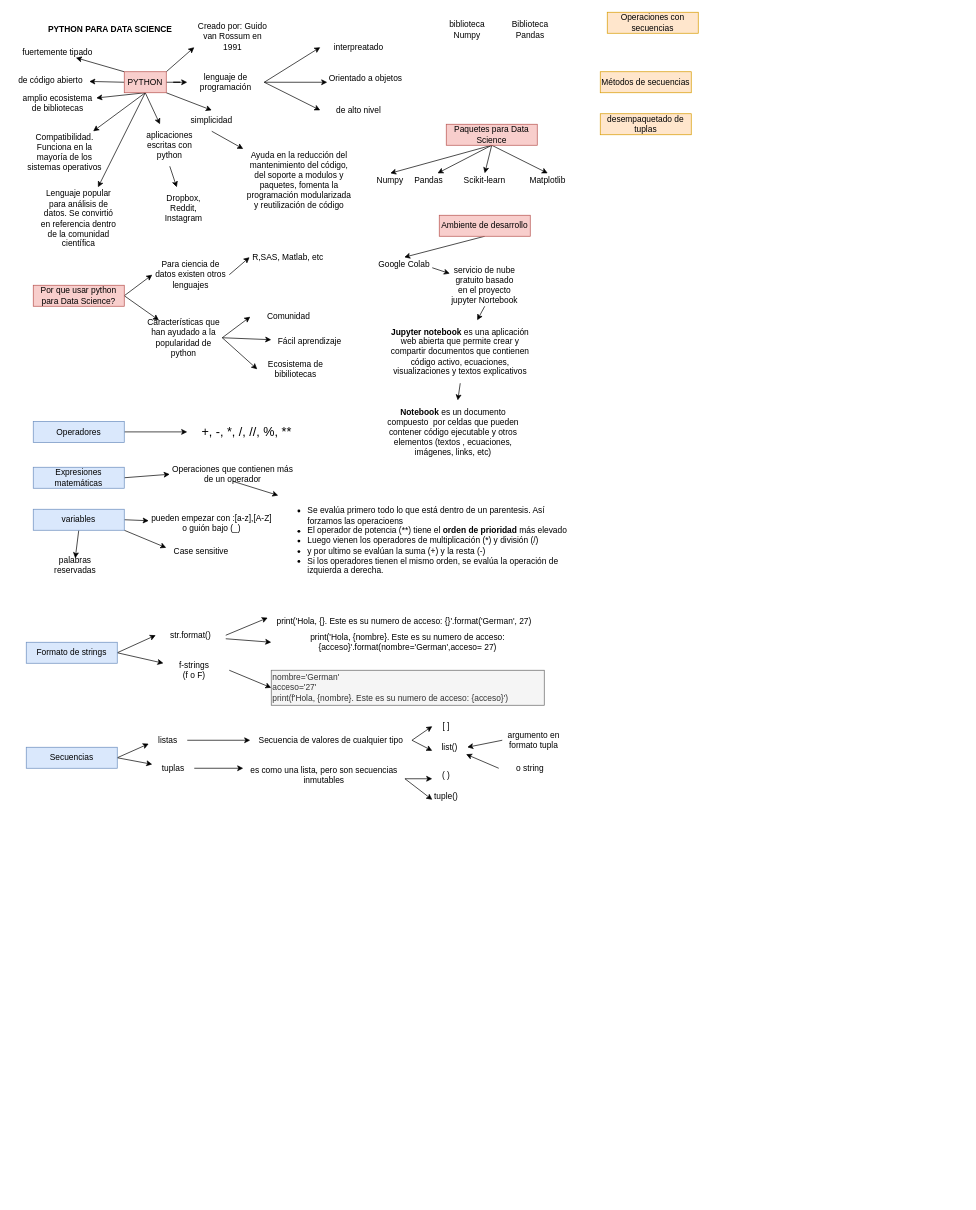
Before: python_para_dataScience.drawio in German-G-M/python_para_data_science, a draw.io diagram. Source tidied: cells renumbered, new cells numbered last; positions are measured from the earlier drawing's top-left corner, leaving out a move shared by most shapes. Both pictures are drawn from the tidied source at 70%, with x=0, y=0 at pixel (12, 12).
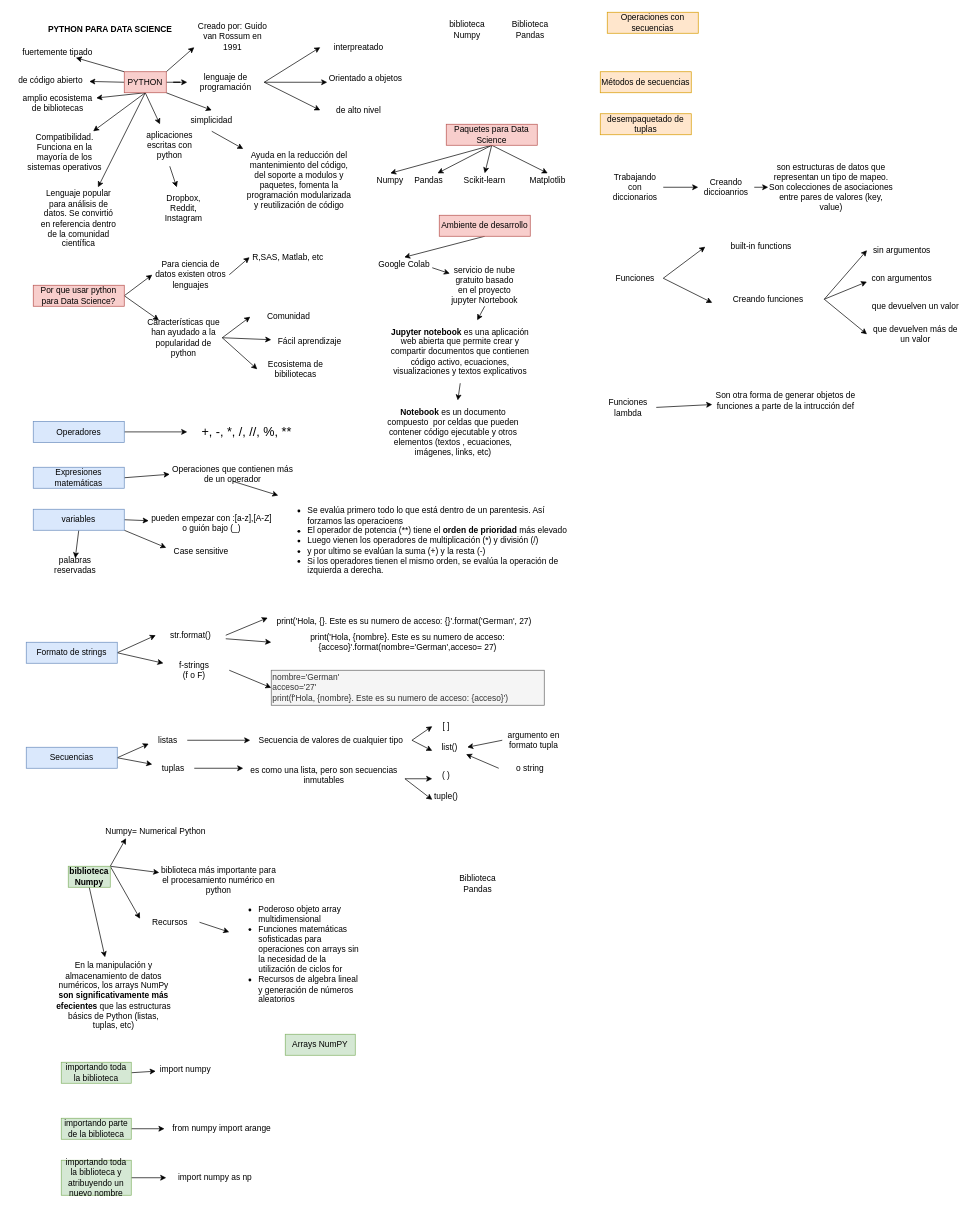
The same diagram, later.

Change to the diagram source:
```diff
@@
+    <mxCell id="115" style="edgeStyle=none;rounded=0;jettySize=auto;html=1;exitX=1;exitY=0.5;exitDx=0;exitDy=0;fontSize=12;" parent="1" edge="1" source="116" target="118">
+      <mxGeometry relative="1" as="geometry" />
+    </mxCell>
+    <mxCell id="116" value="Trabajando con diccionarios&lt;br&gt;" style="text;html=1;strokeColor=none;fillColor=none;align=center;verticalAlign=middle;whiteSpace=wrap;rounded=0;fontSize=12;" parent="1" vertex="1">
+      <mxGeometry x="850" y="230" width="80" height="40" as="geometry" />
+    </mxCell>
+    <mxCell id="117" style="edgeStyle=none;rounded=0;jettySize=auto;html=1;exitX=1;exitY=0.5;exitDx=0;exitDy=0;fontSize=12;" parent="1" edge="1" source="118" target="119">
+      <mxGeometry relative="1" as="geometry" />
+    </mxCell>
+    <mxCell id="118" value="Creando diccioanrios" style="text;html=1;strokeColor=none;fillColor=none;align=center;verticalAlign=middle;whiteSpace=wrap;rounded=0;fontSize=12;" parent="1" vertex="1">
+      <mxGeometry x="980" y="230" width="80" height="40" as="geometry" />
+    </mxCell>
+    <mxCell id="119" value="son estructuras de datos que representan un tipo de mapeo. Son colecciones de asociaciones entre pares de valores (key, value)" style="text;html=1;strokeColor=none;fillColor=none;align=center;verticalAlign=middle;whiteSpace=wrap;rounded=0;fontSize=12;" parent="1" vertex="1">
+      <mxGeometry x="1080" y="210" width="180" height="80" as="geometry" />
+    </mxCell>
+    <mxCell id="120" style="edgeStyle=none;rounded=0;jettySize=auto;html=1;exitX=1;exitY=0.5;exitDx=0;exitDy=0;entryX=0;entryY=0.5;entryDx=0;entryDy=0;fontSize=12;" parent="1" edge="1" source="122" target="123">
+      <mxGeometry relative="1" as="geometry" />
+    </mxCell>
+    <mxCell id="121" style="edgeStyle=none;rounded=0;jettySize=auto;html=1;exitX=1;exitY=0.5;exitDx=0;exitDy=0;entryX=0;entryY=0.75;entryDx=0;entryDy=0;fontSize=12;" parent="1" edge="1" source="122" target="127">
+      <mxGeometry relative="1" as="geometry" />
+    </mxCell>
+    <mxCell id="122" value="Funciones" style="text;html=1;strokeColor=none;fillColor=none;align=center;verticalAlign=middle;whiteSpace=wrap;rounded=0;fontSize=12;" parent="1" vertex="1">
+      <mxGeometry x="850" y="360" width="80" height="40" as="geometry" />
+    </mxCell>
+    <mxCell id="123" value="built-in functions" style="text;html=1;strokeColor=none;fillColor=none;align=center;verticalAlign=middle;whiteSpace=wrap;rounded=0;fontSize=12;" parent="1" vertex="1">
+      <mxGeometry x="990" y="320" width="160" height="30" as="geometry" />
+    </mxCell>
+    <mxCell id="124" style="edgeStyle=none;rounded=0;jettySize=auto;html=1;exitX=1;exitY=0.5;exitDx=0;exitDy=0;entryX=0;entryY=0.5;entryDx=0;entryDy=0;fontSize=12;" parent="1" edge="1" source="127" target="128">
+      <mxGeometry relative="1" as="geometry" />
+    </mxCell>
+    <mxCell id="125" style="edgeStyle=none;rounded=0;jettySize=auto;html=1;exitX=1;exitY=0.5;exitDx=0;exitDy=0;entryX=0;entryY=0.75;entryDx=0;entryDy=0;fontSize=12;" parent="1" edge="1" source="127" target="129">
+      <mxGeometry relative="1" as="geometry" />
+    </mxCell>
+    <mxCell id="126" style="edgeStyle=none;rounded=0;jettySize=auto;html=1;exitX=1;exitY=0.5;exitDx=0;exitDy=0;entryX=0;entryY=0.5;entryDx=0;entryDy=0;fontSize=12;" parent="1" edge="1" source="127" target="133">
+      <mxGeometry relative="1" as="geometry" />
+    </mxCell>
+    <mxCell id="127" value="Creando funciones" style="text;html=1;strokeColor=none;fillColor=none;align=center;verticalAlign=middle;whiteSpace=wrap;rounded=0;fontSize=12;" parent="1" vertex="1">
+      <mxGeometry x="1000" y="400" width="160" height="20" as="geometry" />
+    </mxCell>
+    <mxCell id="128" value="sin argumentos" style="text;html=1;strokeColor=none;fillColor=none;align=center;verticalAlign=middle;whiteSpace=wrap;rounded=0;fontSize=12;" parent="1" vertex="1">
+      <mxGeometry x="1221" y="330" width="100" height="20" as="geometry" />
+    </mxCell>
+    <mxCell id="129" value="con argumentos" style="text;html=1;strokeColor=none;fillColor=none;align=center;verticalAlign=middle;whiteSpace=wrap;rounded=0;fontSize=12;" parent="1" vertex="1">
+      <mxGeometry x="1221" y="370" width="100" height="20" as="geometry" />
+    </mxCell>
+    <mxCell id="130" style="edgeStyle=none;rounded=0;jettySize=auto;html=1;exitX=1;exitY=0.5;exitDx=0;exitDy=0;fontSize=12;" parent="1" edge="1" source="131" target="134">
+      <mxGeometry relative="1" as="geometry" />
+    </mxCell>
+    <mxCell id="131" value="Funciones lambda" style="text;html=1;strokeColor=none;fillColor=none;align=center;verticalAlign=middle;whiteSpace=wrap;rounded=0;fontSize=12;" parent="1" vertex="1">
+      <mxGeometry x="840" y="544.5" width="80" height="40" as="geometry" />
+    </mxCell>
+    <mxCell id="132" value="que devuelven un valor" style="text;html=1;strokeColor=none;fillColor=none;align=center;verticalAlign=middle;whiteSpace=wrap;rounded=0;fontSize=12;" parent="1" vertex="1">
+      <mxGeometry x="1221" y="410" width="139" height="20" as="geometry" />
+    </mxCell>
+    <mxCell id="133" value="que devuelven más de un valor" style="text;html=1;strokeColor=none;fillColor=none;align=center;verticalAlign=middle;whiteSpace=wrap;rounded=0;fontSize=12;" parent="1" vertex="1">
+      <mxGeometry x="1221" y="450" width="139" height="20" as="geometry" />
+    </mxCell>
+    <mxCell id="134" value="Son otra forma de generar objetos de funciones a parte de la intrucción def" style="text;html=1;strokeColor=none;fillColor=none;align=center;verticalAlign=middle;whiteSpace=wrap;rounded=0;fontSize=12;" parent="1" vertex="1">
+      <mxGeometry x="1000" y="545" width="210" height="20" as="geometry" />
+    </mxCell>
+    <mxCell id="135" style="edgeStyle=none;rounded=0;jettySize=auto;html=1;exitX=1;exitY=0;exitDx=0;exitDy=0;entryX=0.25;entryY=1;entryDx=0;entryDy=0;fontSize=12;" parent="1" edge="1" source="139" target="141">
+      <mxGeometry relative="1" as="geometry" />
+    </mxCell>
+    <mxCell id="136" style="edgeStyle=none;rounded=0;jettySize=auto;html=1;exitX=1;exitY=0;exitDx=0;exitDy=0;fontSize=12;" parent="1" edge="1" source="139" target="142">
+      <mxGeometry relative="1" as="geometry" />
+    </mxCell>
+    <mxCell id="137" style="edgeStyle=none;rounded=0;jettySize=auto;html=1;exitX=1;exitY=0;exitDx=0;exitDy=0;entryX=0;entryY=0.25;entryDx=0;entryDy=0;fontSize=12;" parent="1" edge="1" source="139" target="144">
+      <mxGeometry relative="1" as="geometry" />
+    </mxCell>
+    <mxCell id="138" style="edgeStyle=none;rounded=0;jettySize=auto;html=1;exitX=0.5;exitY=1;exitDx=0;exitDy=0;fontSize=12;" parent="1" edge="1" source="139" target="146">
+      <mxGeometry relative="1" as="geometry" />
+    </mxCell>
+    <mxCell id="139" value="&lt;b&gt;biblioteca Numpy&lt;/b&gt;" style="text;html=1;strokeColor=#82b366;fillColor=#d5e8d4;align=center;verticalAlign=middle;whiteSpace=wrap;rounded=0;" parent="1" vertex="1">
+      <mxGeometry x="80" y="1220" width="60" height="30" as="geometry" />
+    </mxCell>
+    <mxCell id="140" value="Biblioteca Pandas" style="text;html=1;strokeColor=none;fillColor=none;align=center;verticalAlign=middle;whiteSpace=wrap;rounded=0;" parent="1" vertex="1">
+      <mxGeometry x="635" y="1230" width="60" height="30" as="geometry" />
+    </mxCell>
+    <mxCell id="141" value="Numpy= Numerical Python" style="text;html=1;strokeColor=none;fillColor=none;align=center;verticalAlign=middle;whiteSpace=wrap;rounded=0;" parent="1" vertex="1">
+      <mxGeometry x="120" y="1160" width="170" height="20" as="geometry" />
+    </mxCell>
+    <mxCell id="142" value="biblioteca más importante para el procesamiento numérico en python" style="text;html=1;strokeColor=none;fillColor=none;align=center;verticalAlign=middle;whiteSpace=wrap;rounded=0;" parent="1" vertex="1">
+      <mxGeometry x="210" y="1220" width="170" height="40" as="geometry" />
+    </mxCell>
+    <mxCell id="143" style="edgeStyle=none;rounded=0;jettySize=auto;html=1;exitX=1;exitY=0.5;exitDx=0;exitDy=0;fontSize=12;" parent="1" edge="1" source="144" target="145">
+      <mxGeometry relative="1" as="geometry" />
+    </mxCell>
+    <mxCell id="144" value="Recursos" style="text;html=1;strokeColor=none;fillColor=none;align=center;verticalAlign=middle;whiteSpace=wrap;rounded=0;" parent="1" vertex="1">
+      <mxGeometry x="182.5" y="1290" width="85" height="20" as="geometry" />
+    </mxCell>
+    <mxCell id="145" value="&lt;ul&gt;&lt;li&gt;Poderoso objeto array multidimensional&lt;/li&gt;&lt;li&gt;Funciones matemáticas sofisticadas para operaciones con arrays sin la necesidad de la utilización de ciclos for&lt;/li&gt;&lt;li&gt;Recursos de algebra lineal y generación de números aleatorios&lt;/li&gt;&lt;/ul&gt;" style="text;strokeColor=none;fillColor=none;html=1;whiteSpace=wrap;verticalAlign=middle;overflow=hidden;fontSize=12;" parent="1" vertex="1">
+      <mxGeometry x="310" y="1260" width="187" height="170" as="geometry" />
+    </mxCell>
+    <mxCell id="146" value="En la manipulación y almacenamiento de datos numéricos, los arrays NumPy &lt;b&gt;son significativamente más efecientes&lt;/b&gt; que las estructuras básics de Python (listas, tuplas, etc)" style="text;html=1;strokeColor=none;fillColor=none;align=center;verticalAlign=middle;whiteSpace=wrap;rounded=0;" parent="1" vertex="1">
+      <mxGeometry x="60" y="1350" width="170" height="110" as="geometry" />
+    </mxCell>
+    <mxCell id="147" style="edgeStyle=none;rounded=0;jettySize=auto;html=1;exitX=1;exitY=0.5;exitDx=0;exitDy=0;fontSize=12;" parent="1" edge="1" source="148" target="151">
+      <mxGeometry relative="1" as="geometry" />
+    </mxCell>
+    <mxCell id="148" value="importando toda la biblioteca" style="text;html=1;strokeColor=#82b366;fillColor=#d5e8d4;align=center;verticalAlign=middle;whiteSpace=wrap;rounded=0;" parent="1" vertex="1">
+      <mxGeometry x="70" y="1500" width="100" height="30" as="geometry" />
+    </mxCell>
+    <mxCell id="149" style="edgeStyle=none;rounded=0;jettySize=auto;html=1;exitX=1;exitY=0.5;exitDx=0;exitDy=0;fontSize=12;" parent="1" edge="1" source="150" target="152">
+      <mxGeometry relative="1" as="geometry" />
+    </mxCell>
+    <mxCell id="150" value="importando parte de la biblioteca" style="text;html=1;strokeColor=#82b366;fillColor=#d5e8d4;align=center;verticalAlign=middle;whiteSpace=wrap;rounded=0;" parent="1" vertex="1">
+      <mxGeometry x="70" y="1580" width="100" height="30" as="geometry" />
+    </mxCell>
+    <mxCell id="151" value="import numpy" style="text;html=1;strokeColor=none;fillColor=none;align=center;verticalAlign=middle;whiteSpace=wrap;rounded=0;" parent="1" vertex="1">
+      <mxGeometry x="205" y="1500" width="85" height="20" as="geometry" />
+    </mxCell>
+    <mxCell id="152" value="from numpy import arange" style="text;html=1;strokeColor=none;fillColor=none;align=center;verticalAlign=middle;whiteSpace=wrap;rounded=0;" parent="1" vertex="1">
+      <mxGeometry x="217.5" y="1585" width="162.5" height="20" as="geometry" />
+    </mxCell>
+    <mxCell id="153" style="edgeStyle=none;rounded=0;jettySize=auto;html=1;exitX=1;exitY=0.5;exitDx=0;exitDy=0;fontSize=12;" parent="1" edge="1" source="154" target="155">
+      <mxGeometry relative="1" as="geometry" />
+    </mxCell>
+    <mxCell id="154" value="importando toda la biblioteca y atribuyendo un nuevo nombre" style="text;html=1;strokeColor=#82b366;fillColor=#d5e8d4;align=center;verticalAlign=middle;whiteSpace=wrap;rounded=0;" parent="1" vertex="1">
+      <mxGeometry x="70" y="1640" width="100" height="50" as="geometry" />
+    </mxCell>
+    <mxCell id="155" value="import numpy as np" style="text;html=1;strokeColor=none;fillColor=none;align=center;verticalAlign=middle;whiteSpace=wrap;rounded=0;" parent="1" vertex="1">
+      <mxGeometry x="220" y="1655" width="140" height="20" as="geometry" />
+    </mxCell>
+    <mxCell id="156" value="Arrays NumPY" style="text;html=1;strokeColor=#82b366;fillColor=#d5e8d4;align=center;verticalAlign=middle;whiteSpace=wrap;rounded=0;" parent="1" vertex="1">
+      <mxGeometry x="390" y="1460" width="100" height="30" as="geometry" />
+    </mxCell>
```
